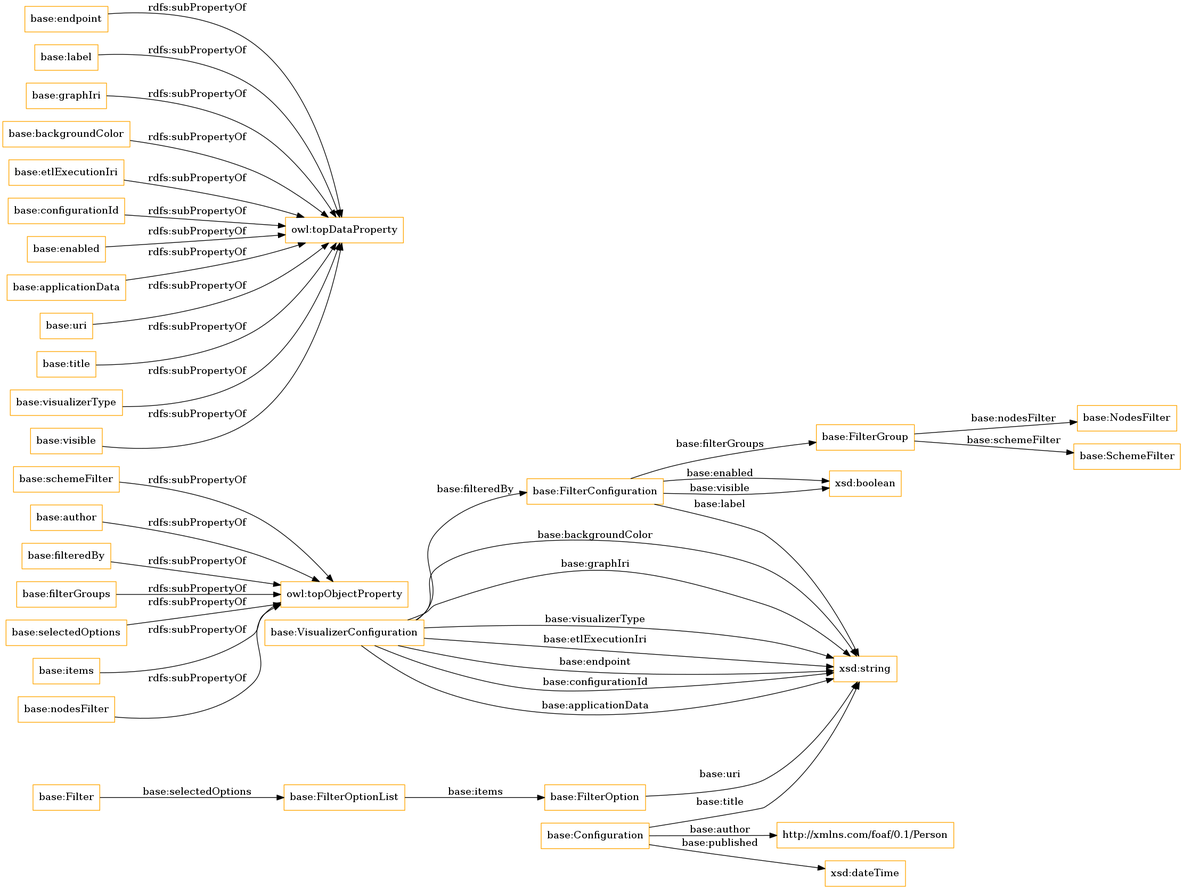
Before: OnToology/lpapps.owl/diagrams/ar2dtool-class/lpapps.owl.png, a diagram exported from Graphviz (OnToologyUser/linkedpipes_applications_ontology). Its source is kept beside it as OnToology/lpapps.owl/diagrams/ar2dtool-class/lpapps.owl.png.dot.
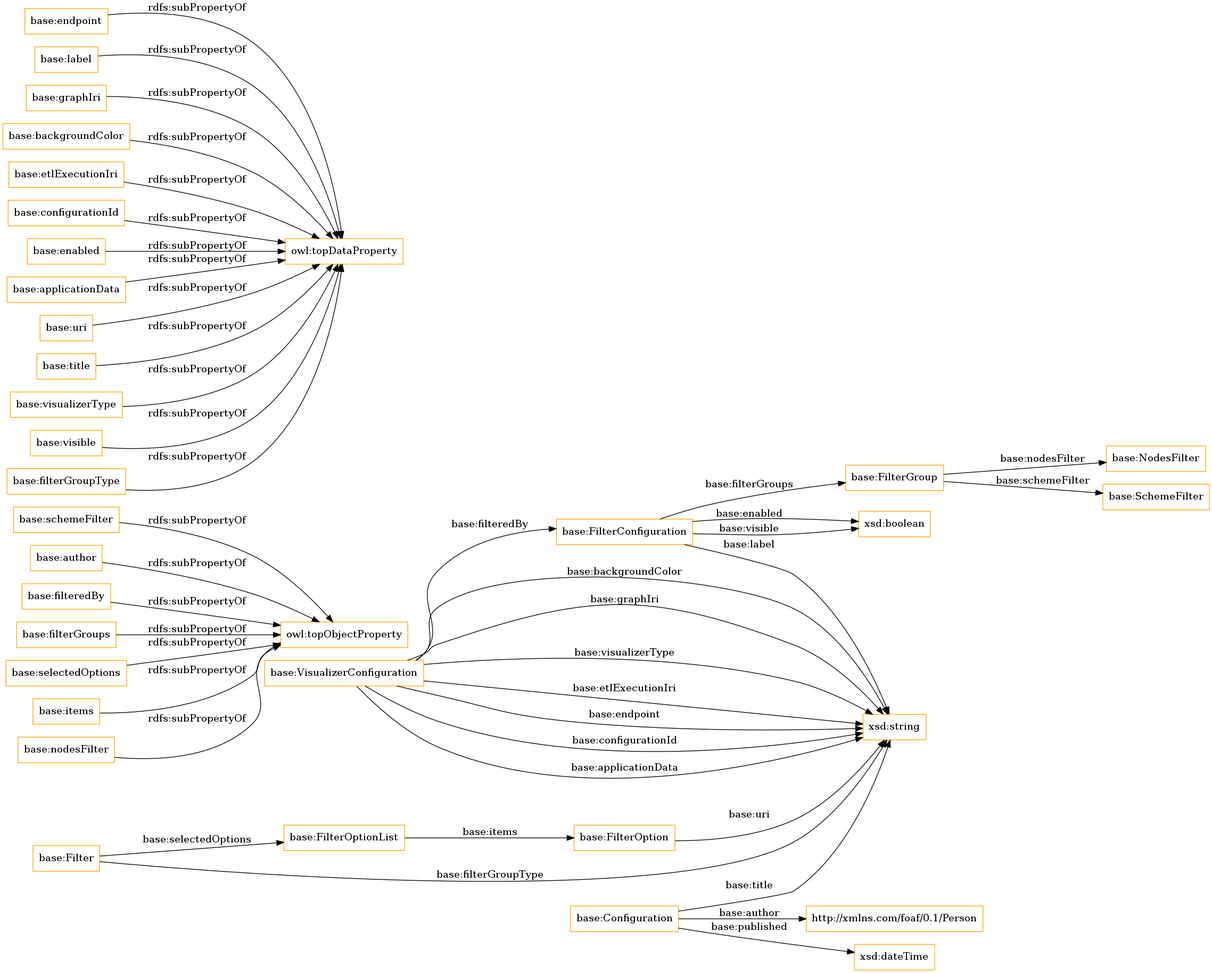
Later version of the same file.

The edit, as a diff of the source:
```diff
@@ -21,11 +21,13 @@
 	"base:title" -> "owl:topDataProperty" [ label = "rdfs:subPropertyOf" ];
 	"base:visualizerType" -> "owl:topDataProperty" [ label = "rdfs:subPropertyOf" ];
 	"base:visible" -> "owl:topDataProperty" [ label = "rdfs:subPropertyOf" ];
+	"base:filterGroupType" -> "owl:topDataProperty" [ label = "rdfs:subPropertyOf" ];
 	"base:VisualizerConfiguration" -> "base:FilterConfiguration" [ label = "base:filteredBy" ];
 	"base:FilterOption" -> "xsd:string" [ label = "base:uri" ];
 	"base:VisualizerConfiguration" -> "xsd:string" [ label = "base:backgroundColor" ];
 	"base:Configuration" -> "xsd:string" [ label = "base:title" ];
 	"base:FilterOptionList" -> "base:FilterOption" [ label = "base:items" ];
+	"base:Filter" -> "xsd:string" [ label = "base:filterGroupType" ];
 	"base:FilterConfiguration" -> "base:FilterGroup" [ label = "base:filterGroups" ];
 	"base:FilterGroup" -> "base:NodesFilter" [ label = "base:nodesFilter" ];
 	"base:FilterConfiguration" -> "xsd:boolean" [ label = "base:enabled" ];
```
